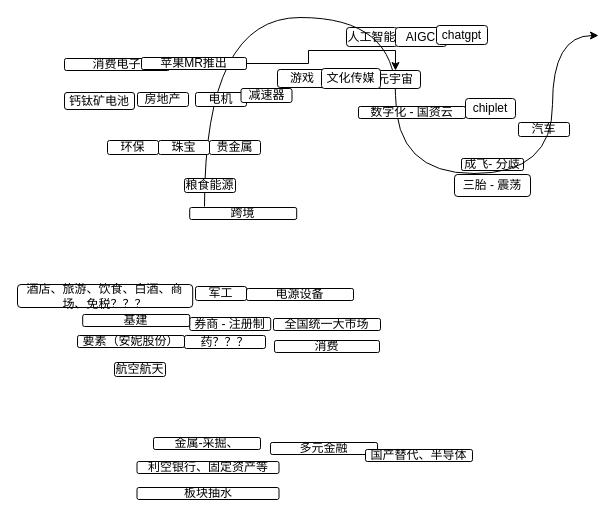
Asamiyaa/microservice-k8s-yun keeps this draw.io diagram as menus/每日头脑风暴.drawio. Above is the earlier version. Source tidied: cells renumbered, new cells numbered last; positions are measured from the earlier drawing's top-left corner, leaving out a move shared by most shapes. Both pictures are drawn from the tidied source at 100%, with x=0, y=0 at pixel (17, 17).
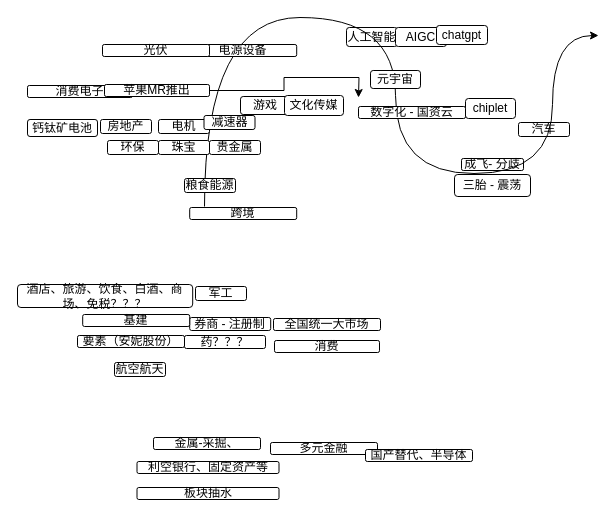
The same page after the edit.

Commit message:
更新每日头脑风暴.drawio

Unchanged cells that the change refers to:
```xml
<mxCell id="22" value="元宇宙" style="rounded=1;whiteSpace=wrap;html=1;" parent="1" vertex="1">
  <mxGeometry x="353" y="53" width="50" height="18" as="geometry" />
</mxCell>
```

Change to the diagram source:
```diff
@@
     <mxCell id="10" value="游戏" style="rounded=1;whiteSpace=wrap;html=1;" parent="1" vertex="1">
-      <mxGeometry x="260" y="52" width="50" height="18" as="geometry" />
+      <mxGeometry x="223" y="79" width="50" height="18" as="geometry" />
     </mxCell>
@@
     <mxCell id="23" value="消费电子" style="rounded=1;whiteSpace=wrap;html=1;" parent="1" vertex="1">
-      <mxGeometry x="47" y="41" width="105" height="12" as="geometry" />
+      <mxGeometry x="10" y="68" width="105" height="12" as="geometry" />
     </mxCell>
@@
     <mxCell id="26" value="电源设备" style="rounded=1;whiteSpace=wrap;html=1;" parent="1" vertex="1">
-      <mxGeometry x="229" y="271" width="107" height="12" as="geometry" />
+      <mxGeometry x="172.2" y="27" width="107" height="12" as="geometry" />
     </mxCell>
@@
     <mxCell id="31" value="房地产" style="rounded=1;whiteSpace=wrap;html=1;" parent="1" vertex="1">
-      <mxGeometry x="120" y="75" width="51" height="14" as="geometry" />
+      <mxGeometry x="83" y="102" width="51" height="14" as="geometry" />
     </mxCell>
     <mxCell id="32" value="电机" style="rounded=1;whiteSpace=wrap;html=1;" parent="1" vertex="1">
-      <mxGeometry x="178" y="75" width="51" height="14" as="geometry" />
+      <mxGeometry x="141" y="102" width="51" height="14" as="geometry" />
     </mxCell>
     <mxCell id="33" value="钙钛矿电池" style="rounded=1;whiteSpace=wrap;html=1;" parent="1" vertex="1">
-      <mxGeometry x="47" y="75" width="70" height="17" as="geometry" />
+      <mxGeometry x="10" y="102" width="70" height="17" as="geometry" />
     </mxCell>
@@
     <mxCell id="36" value="文化传媒" style="rounded=1;whiteSpace=wrap;html=1;" parent="1" vertex="1">
-      <mxGeometry x="304" y="51" width="59" height="20" as="geometry" />
+      <mxGeometry x="267" y="78" width="59" height="20" as="geometry" />
     </mxCell>
     <mxCell id="37" value="减速器" style="rounded=1;whiteSpace=wrap;html=1;" parent="1" vertex="1">
-      <mxGeometry x="223.5" y="71" width="51" height="14" as="geometry" />
+      <mxGeometry x="186.5" y="98" width="51" height="14" as="geometry" />
     </mxCell>
@@
-    <mxCell id="39" style="edgeStyle=orthogonalEdgeStyle;rounded=0;jettySize=auto;html=1;exitX=1;exitY=0.5;exitDx=0;exitDy=0;" parent="1" edge="1" source="40" target="22">
-      <mxGeometry relative="1" as="geometry" />
+    <mxCell id="39" style="edgeStyle=orthogonalEdgeStyle;rounded=0;jettySize=auto;html=1;exitX=1;exitY=0.5;exitDx=0;exitDy=0;" parent="1" edge="1" source="40">
+      <mxGeometry relative="1" as="geometry">
+        <mxPoint x="341" y="80" as="targetPoint" />
+      </mxGeometry>
     </mxCell>
     <mxCell id="40" value="苹果MR推出" style="rounded=1;whiteSpace=wrap;html=1;" parent="1" vertex="1">
-      <mxGeometry x="124" y="40" width="105" height="12" as="geometry" />
+      <mxGeometry x="87" y="67" width="105" height="12" as="geometry" />
     </mxCell>
+    <mxCell id="41" value="光伏" style="rounded=1;whiteSpace=wrap;html=1;" parent="1" vertex="1">
+      <mxGeometry x="85" y="27" width="107" height="12" as="geometry" />
+    </mxCell>
```
